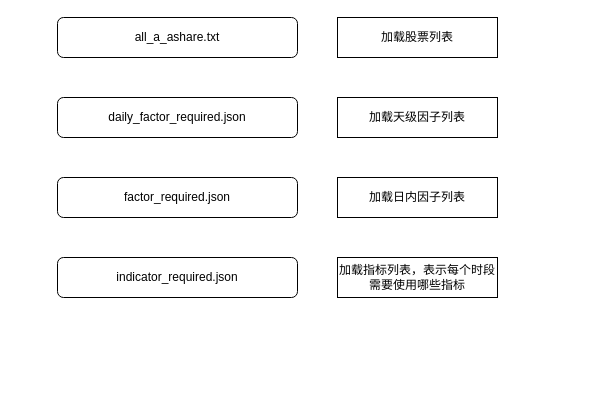
zhaxd123/drawio keeps this draw.io diagram as gaalaxy.drawio. Above is the earlier version. Source tidied: cells renumbered, new cells numbered last; positions are measured from the earlier drawing's top-left corner, leaving out a move shared by most shapes. Both pictures are drawn from the tidied source at 100%, with x=0, y=0 at pixel (57, 17).
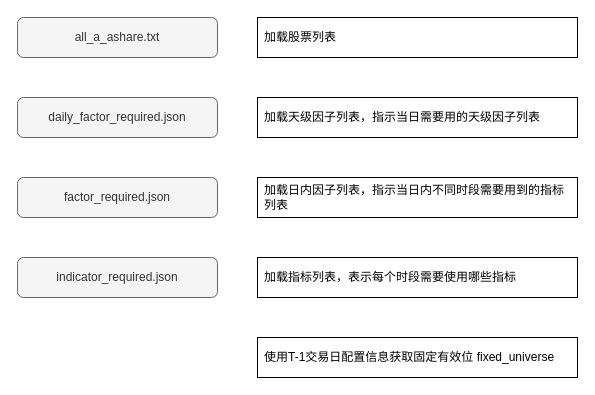
Above is the later version.

Diff of the diagram source:
```diff
@@
 <mxGraphModel>
   <root>
     <mxCell id="0" />
     <mxCell id="1" parent="0" />
-    <mxCell id="2" value="加载股票列表" style="rounded=0;whiteSpace=wrap;html=1;align=center;" parent="1" vertex="1">
-      <mxGeometry x="280" width="160" height="40" as="geometry" />
+    <mxCell id="2" value="加载股票列表" style="rounded=0;whiteSpace=wrap;html=1;align=left;spacingLeft=5;spacingRight=5;spacingTop=2;spacingBottom=2;" parent="1" vertex="1">
+      <mxGeometry x="200" width="320" height="40" as="geometry" />
     </mxCell>
-    <mxCell id="3" value="all_a_ashare.txt" style="rounded=1;whiteSpace=wrap;html=1;" parent="1" vertex="1">
-      <mxGeometry width="240" height="40" as="geometry" />
+    <mxCell id="3" value="all_a_ashare.txt" style="rounded=1;whiteSpace=wrap;html=1;fillColor=#f5f5f5;strokeColor=#666666;fontColor=#333333;" parent="1" vertex="1">
+      <mxGeometry x="-40" width="200" height="40" as="geometry" />
     </mxCell>
-    <mxCell id="4" value="加载天级因子列表" style="rounded=0;whiteSpace=wrap;html=1;align=center;" parent="1" vertex="1">
-      <mxGeometry x="280" y="80" width="160" height="40" as="geometry" />
+    <mxCell id="4" value="加载天级因子列表，指示当日需要用的天级因子列表" style="rounded=0;whiteSpace=wrap;html=1;align=left;spacingLeft=5;spacingRight=5;spacingTop=2;spacingBottom=2;" parent="1" vertex="1">
+      <mxGeometry x="200" y="80" width="320" height="40" as="geometry" />
     </mxCell>
-    <mxCell id="5" value="daily_factor_required.json" style="rounded=1;whiteSpace=wrap;html=1;" parent="1" vertex="1">
-      <mxGeometry y="80" width="240" height="40" as="geometry" />
+    <mxCell id="5" value="daily_factor_required.json" style="rounded=1;whiteSpace=wrap;html=1;fillColor=#f5f5f5;strokeColor=#666666;fontColor=#333333;" parent="1" vertex="1">
+      <mxGeometry x="-40" y="80" width="200" height="40" as="geometry" />
     </mxCell>
-    <mxCell id="6" value="加载日内因子列表" style="rounded=0;whiteSpace=wrap;html=1;align=center;" parent="1" vertex="1">
-      <mxGeometry x="280" y="160" width="160" height="40" as="geometry" />
+    <mxCell id="6" value="加载日内因子列表，指示当日内不同时段需要用到的指标列表" style="rounded=0;whiteSpace=wrap;html=1;align=left;spacingLeft=5;spacingRight=5;spacingTop=2;spacingBottom=2;" parent="1" vertex="1">
+      <mxGeometry x="200" y="160" width="320" height="40" as="geometry" />
     </mxCell>
-    <mxCell id="7" value="factor_required.json" style="rounded=1;whiteSpace=wrap;html=1;" parent="1" vertex="1">
-      <mxGeometry y="160" width="240" height="40" as="geometry" />
+    <mxCell id="7" value="factor_required.json" style="rounded=1;whiteSpace=wrap;html=1;fillColor=#f5f5f5;strokeColor=#666666;fontColor=#333333;" parent="1" vertex="1">
+      <mxGeometry x="-40" y="160" width="200" height="40" as="geometry" />
     </mxCell>
-    <mxCell id="8" value="加载指标列表，表示每个时段需要使用哪些指标" style="rounded=0;whiteSpace=wrap;html=1;align=center;" parent="1" vertex="1">
-      <mxGeometry x="280" y="240" width="160" height="40" as="geometry" />
+    <mxCell id="8" value="加载指标列表，表示每个时段需要使用哪些指标" style="rounded=0;whiteSpace=wrap;html=1;align=left;spacingLeft=5;spacingRight=5;spacingTop=2;spacingBottom=2;" parent="1" vertex="1">
+      <mxGeometry x="200" y="240" width="320" height="40" as="geometry" />
     </mxCell>
-    <mxCell id="9" value="indicator_required.json" style="rounded=1;whiteSpace=wrap;html=1;" parent="1" vertex="1">
-      <mxGeometry y="240" width="240" height="40" as="geometry" />
+    <mxCell id="9" value="indicator_required.json" style="rounded=1;whiteSpace=wrap;html=1;fillColor=#f5f5f5;strokeColor=#666666;fontColor=#333333;" parent="1" vertex="1">
+      <mxGeometry x="-40" y="240" width="200" height="40" as="geometry" />
     </mxCell>
+    <mxCell id="10" value="使用T-1交易日配置信息获取固定有效位&amp;nbsp;fixed_universe" style="rounded=0;whiteSpace=wrap;html=1;align=left;spacingLeft=5;spacingRight=5;spacingTop=2;spacingBottom=2;" parent="1" vertex="1">
+      <mxGeometry x="200" y="320" width="320" height="40" as="geometry" />
+    </mxCell>
   </root>
 </mxGraphModel>
```
